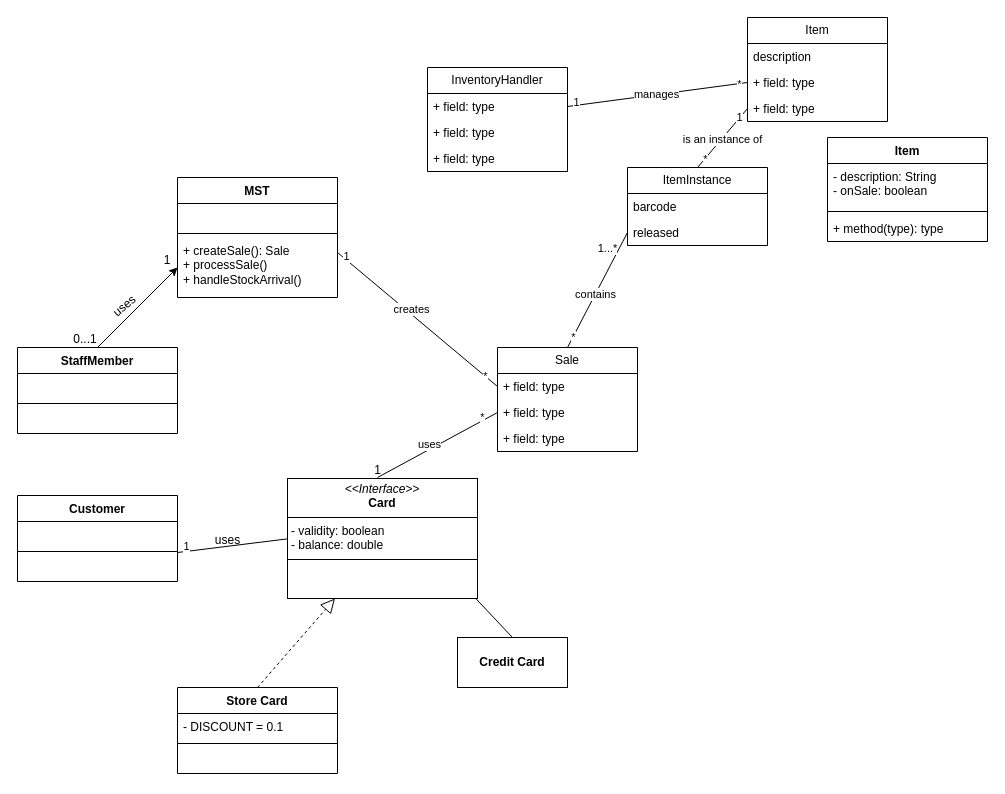
Above: page "Page-2" (2 of 2) of workshop5-week6.drawio in antonykimuom/SWEN30006-2025-SM1-workshop1-tuew05-14-00-team-12 (draw.io), before the change. Source tidied: cells renumbered, new cells numbered last; positions are measured from the earlier drawing's top-left corner, leaving out a move shared by most shapes. Both pictures are drawn from the tidied source at 100%, with x=0, y=0 at pixel (17, 17).
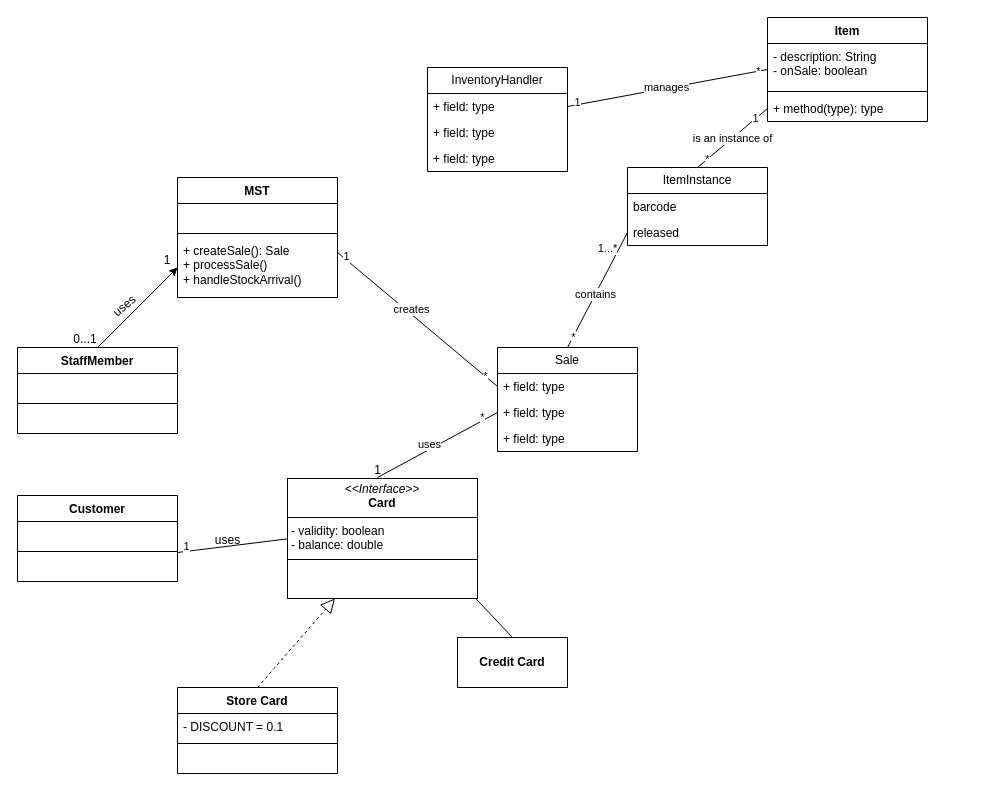
After the change.

Commit message:
changed item position

The change refers to these unchanged cells:
```xml
<mxCell id="2" value="ItemInstance" style="swimlane;fontStyle=0;horizontal=1;startSize=26;fillColor=none;whiteSpace=wrap;html=1;" parent="1" vertex="1">
  <mxGeometry x="610" y="150" width="140" height="78" as="geometry" />
</mxCell>
<mxCell id="25" value="+ field: type" style="text;strokeColor=none;fillColor=none;align=left;verticalAlign=top;spacingLeft=4;spacingRight=4;overflow=hidden;points=[[0,0.5],[1,0.5]];portConstraint=eastwest;whiteSpace=wrap;html=1;" parent="24" vertex="1">
  <mxGeometry y="26" width="140" height="26" as="geometry" />
</mxCell>
<mxCell id="55" value="+ method(type): type" style="text;strokeColor=none;fillColor=none;align=left;verticalAlign=top;spacingLeft=4;spacingRight=4;overflow=hidden;points=[[0,0.5],[1,0.5]];portConstraint=eastwest;whiteSpace=wrap;html=1;" parent="52" vertex="1">
  <mxGeometry y="78" width="160" height="26" as="geometry" />
</mxCell>
```

The edit, as a diff of the source:
```diff
@@
-    <mxCell id="28" style="endArrow=none;html=1;rounded=0;entryX=1;entryY=0.5;entryDx=0;entryDy=0;exitX=0;exitY=0.5;exitDx=0;exitDy=0;" parent="1" edge="1" source="34" target="25">
+    <mxCell id="28" style="endArrow=none;html=1;rounded=0;entryX=1;entryY=0.5;entryDx=0;entryDy=0;exitX=0;exitY=0.5;exitDx=0;exitDy=0;" parent="1" edge="1" source="52" target="25">
       <mxGeometry relative="1" as="geometry" />
     </mxCell>
@@
-    <mxCell id="32" value="Item" style="swimlane;fontStyle=0;horizontal=1;startSize=26;fillColor=none;whiteSpace=wrap;html=1;" parent="1" vertex="1">
-      <mxGeometry x="730" width="140" height="104" as="geometry" />
-    </mxCell>
-    <mxCell id="33" value="description" style="text;strokeColor=none;fillColor=none;align=left;verticalAlign=top;spacingLeft=4;spacingRight=4;overflow=hidden;whiteSpace=wrap;html=1;" parent="32" vertex="1">
-      <mxGeometry y="26" width="140" height="26" as="geometry" />
-    </mxCell>
-    <mxCell id="34" value="+ field: type" style="text;strokeColor=none;fillColor=none;align=left;verticalAlign=top;spacingLeft=4;spacingRight=4;overflow=hidden;points=[[0,0.5],[1,0.5]];portConstraint=eastwest;whiteSpace=wrap;html=1;" parent="32" vertex="1">
-      <mxGeometry y="52" width="140" height="26" as="geometry" />
-    </mxCell>
-    <mxCell id="35" value="+ field: type" style="text;strokeColor=none;fillColor=none;align=left;verticalAlign=top;spacingLeft=4;spacingRight=4;overflow=hidden;points=[[0,0.5],[1,0.5]];portConstraint=eastwest;whiteSpace=wrap;html=1;" parent="32" vertex="1">
-      <mxGeometry y="78" width="140" height="26" as="geometry" />
-    </mxCell>
-    <mxCell id="36" style="endArrow=none;html=1;rounded=0;exitX=0.5;exitY=0;exitDx=0;exitDy=0;entryX=0;entryY=0.5;entryDx=0;entryDy=0;" parent="1" edge="1" source="2" target="35">
+    <mxCell id="36" style="endArrow=none;html=1;rounded=0;exitX=0.5;exitY=0;exitDx=0;exitDy=0;entryX=0;entryY=0.5;entryDx=0;entryDy=0;" parent="1" edge="1" source="2" target="55">
       <mxGeometry relative="1" as="geometry" />
     </mxCell>
@@
     <mxCell id="52" value="Item" style="swimlane;fontStyle=1;align=center;verticalAlign=top;horizontal=1;startSize=26;whiteSpace=wrap;html=1;" parent="1" vertex="1">
-      <mxGeometry x="810" y="120" width="160" height="104" as="geometry" />
+      <mxGeometry x="750" width="160" height="104" as="geometry" />
     </mxCell>
```
